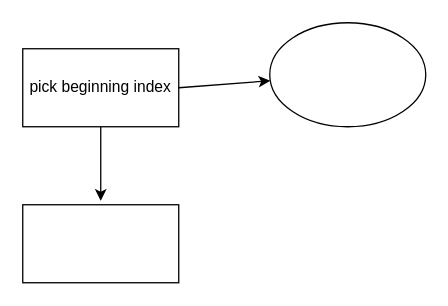
The draw.io diagram lab2_cse3318.drawio in VoHoAnhTuan/Diagrams, before the edit. Source tidied: cells renumbered, new cells numbered last; positions are measured from the earlier drawing's top-left corner, leaving out a move shared by most shapes. Both pictures are drawn from the tidied source at 130%, with x=0, y=0 at pixel (22, 22).
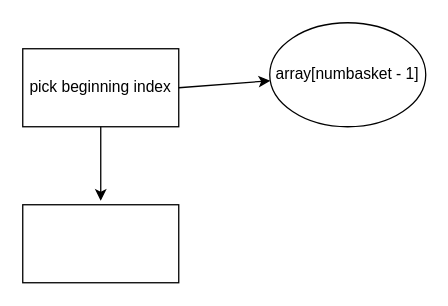
After the change.

Change to the diagram source:
```diff
@@
 <mxGraphModel>
   <root>
     <mxCell id="0" />
     <mxCell id="1" parent="0" />
     <mxCell id="2" value="pick beginning index" style="rounded=0;whiteSpace=wrap;html=1;" parent="1" vertex="1">
       <mxGeometry y="20" width="120" height="60" as="geometry" />
     </mxCell>
     <mxCell id="3" style="rounded=0;whiteSpace=wrap;html=1;" parent="1" vertex="1">
       <mxGeometry y="140" width="120" height="60" as="geometry" />
     </mxCell>
     <mxCell id="4" style="endArrow=classic;html=1;exitX=0.5;exitY=1;exitDx=0;exitDy=0;" parent="1" edge="1" source="2">
       <mxGeometry relative="1" as="geometry">
         <mxPoint x="60" y="137" as="targetPoint" />
       </mxGeometry>
     </mxCell>
     <mxCell id="5" style="endArrow=classic;html=1;exitX=1;exitY=0.5;exitDx=0;exitDy=0;" parent="1" edge="1" source="2" target="6">
       <mxGeometry relative="1" as="geometry" />
     </mxCell>
-    <mxCell id="6" style="ellipse;whiteSpace=wrap;html=1;" parent="1" vertex="1">
+    <mxCell id="6" value="array[numbasket - 1]" style="ellipse;whiteSpace=wrap;html=1;" parent="1" vertex="1">
       <mxGeometry x="190" width="120" height="80" as="geometry" />
     </mxCell>
   </root>
 </mxGraphModel>
```
